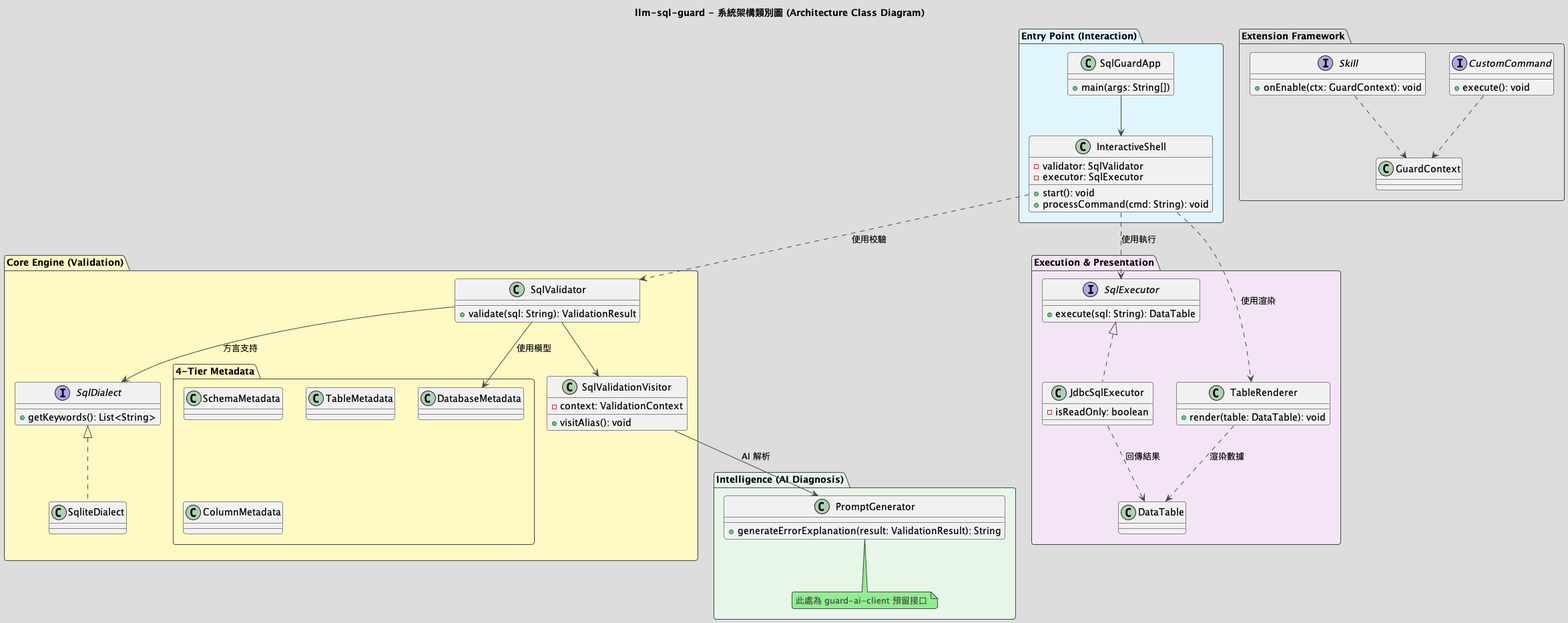
yefangwong/llm-sql-guard keeps this PlantUML diagram as docs/images/architecture.png. Above is the earlier version. The source it was exported from:
```plantuml
@startuml
!theme toy
skinparam componentStyle uml2

title llm-sql-guard - 系統架構類別圖 (Architecture Class Diagram)


package "Entry Point (Interaction)" #E1F5FE {
    class SqlGuardApp {
        +main(args: String[])
    }
    class InteractiveShell {
        -validator: SqlValidator
        -executor: SqlExecutor
        +start(): void
        +processCommand(cmd: String): void
    }
}

package "Core Engine (Validation)" #FFF9C4 {
    class SqlValidator {
        +validate(sql: String): ValidationResult
    }
    class SqlValidationVisitor {
        -context: ValidationContext
        +visitAlias(): void
    }

    package "4-Tier Metadata" {
        class DatabaseMetadata
        class SchemaMetadata
        class TableMetadata
        class ColumnMetadata
    }

    interface SqlDialect {
        +getKeywords(): List<String>
    }
    class SqliteDialect implements SqlDialect
}

package "Intelligence (AI Diagnosis)" #E8F5E9 {
    class PromptGenerator {
        +generateErrorExplanation(result: ValidationResult): String
    }
    note bottom: 此處為 guard-ai-client 預留接口
}

package "Execution & Presentation" #F3E5F5 {
    interface SqlExecutor {
        +execute(sql: String): DataTable
    }
    class JdbcSqlExecutor implements SqlExecutor {
        -isReadOnly: boolean
    }
    class TableRenderer {
        +render(table: DataTable): void
    }
    class DataTable
}

package "Extension Framework" #E0E0E0 {
    interface Skill {
        +onEnable(ctx: GuardContext): void
    }
    interface CustomCommand {
        +execute(): void
    }
    class GuardContext
}


SqlGuardApp --> InteractiveShell
InteractiveShell ..> SqlValidator : 使用校驗
InteractiveShell ..> SqlExecutor : 使用執行
InteractiveShell ..> TableRenderer : 使用渲染

SqlValidator --> SqlValidationVisitor
SqlValidator --> DatabaseMetadata : 使用模型
SqlValidator --> SqlDialect : 方言支持

SqlValidationVisitor --> PromptGenerator : AI 解析

JdbcSqlExecutor ..> DataTable : 回傳結果
TableRenderer ..> DataTable : 渲染數據

Skill ..> GuardContext
CustomCommand ..> GuardContext

@enduml
```
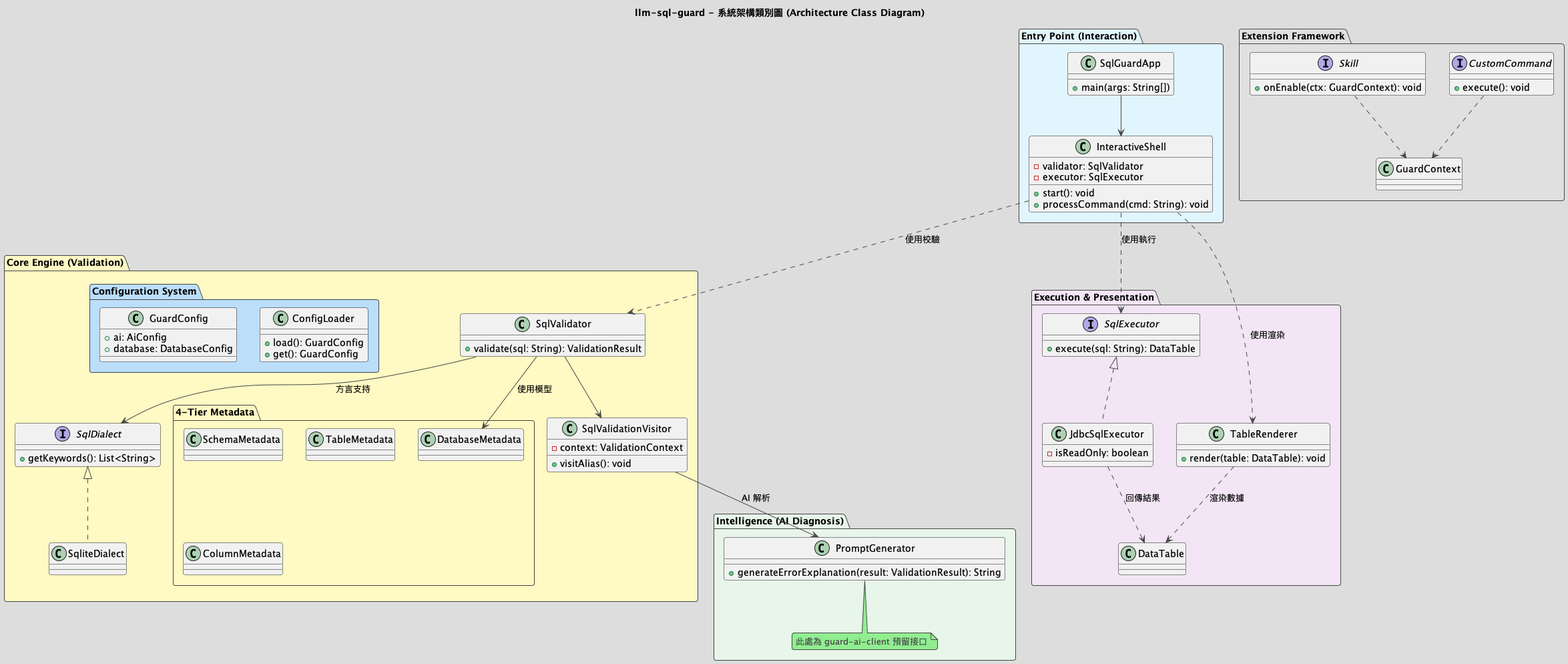
Later version of the same file.

Diff of the diagram source:
```diff
@@ -31,6 +31,17 @@
         class SchemaMetadata
         class TableMetadata
         class ColumnMetadata
+    }
+
+    package "Configuration System" #BBDEFB {
+        class GuardConfig {
+            +ai: AiConfig
+            +database: DatabaseConfig
+        }
+        class ConfigLoader {
+            +load(): GuardConfig
+            +get(): GuardConfig
+        }
     }
 
     interface SqlDialect {
```
